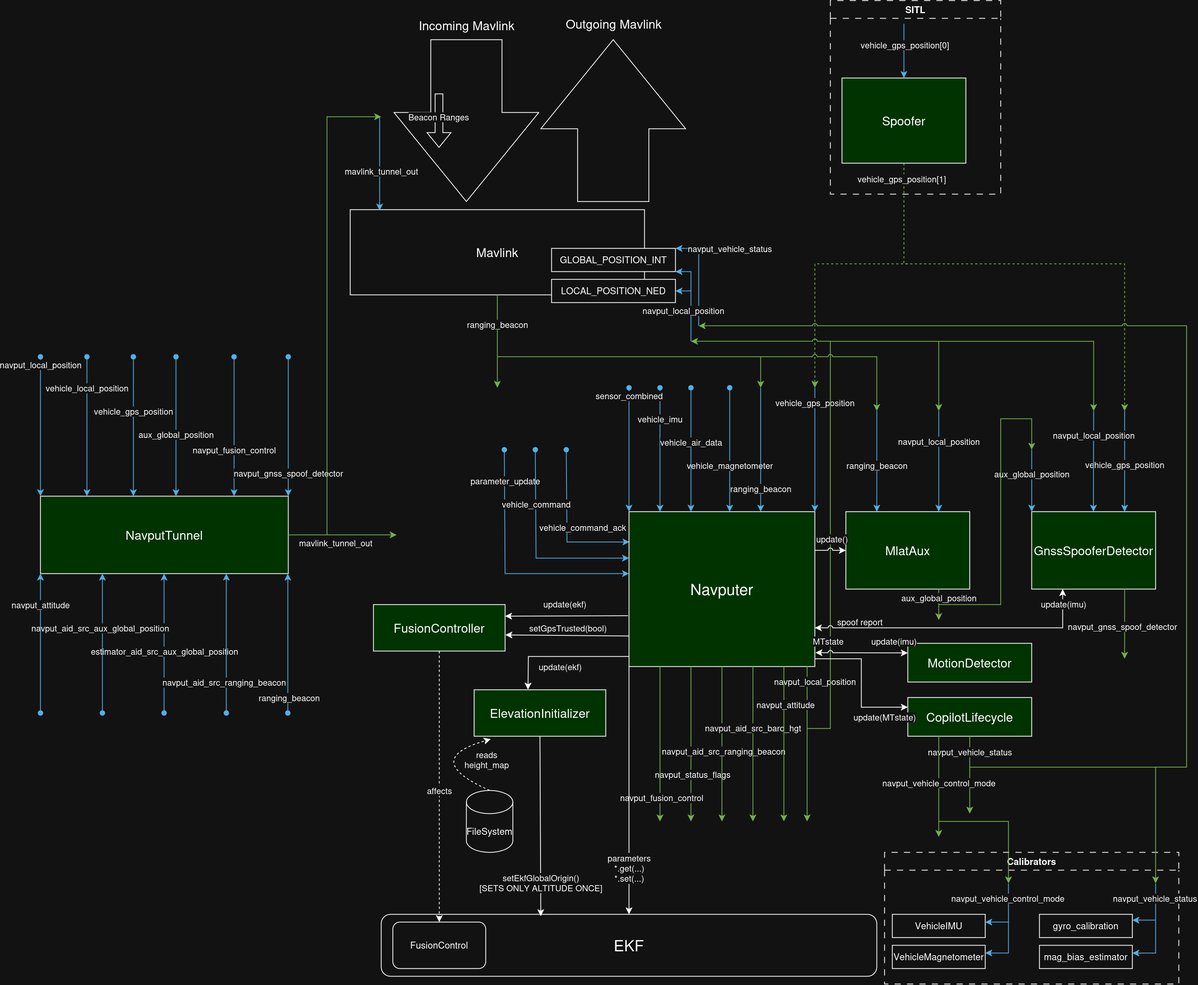
Earlier version of the draw.io export docs/navputer/navputer.drawio.png (Kofemolka/px4). Source tidied: cells renumbered, new cells last; positions are measured from the earlier drawing's top-left corner, leaving out a move shared by most shapes.
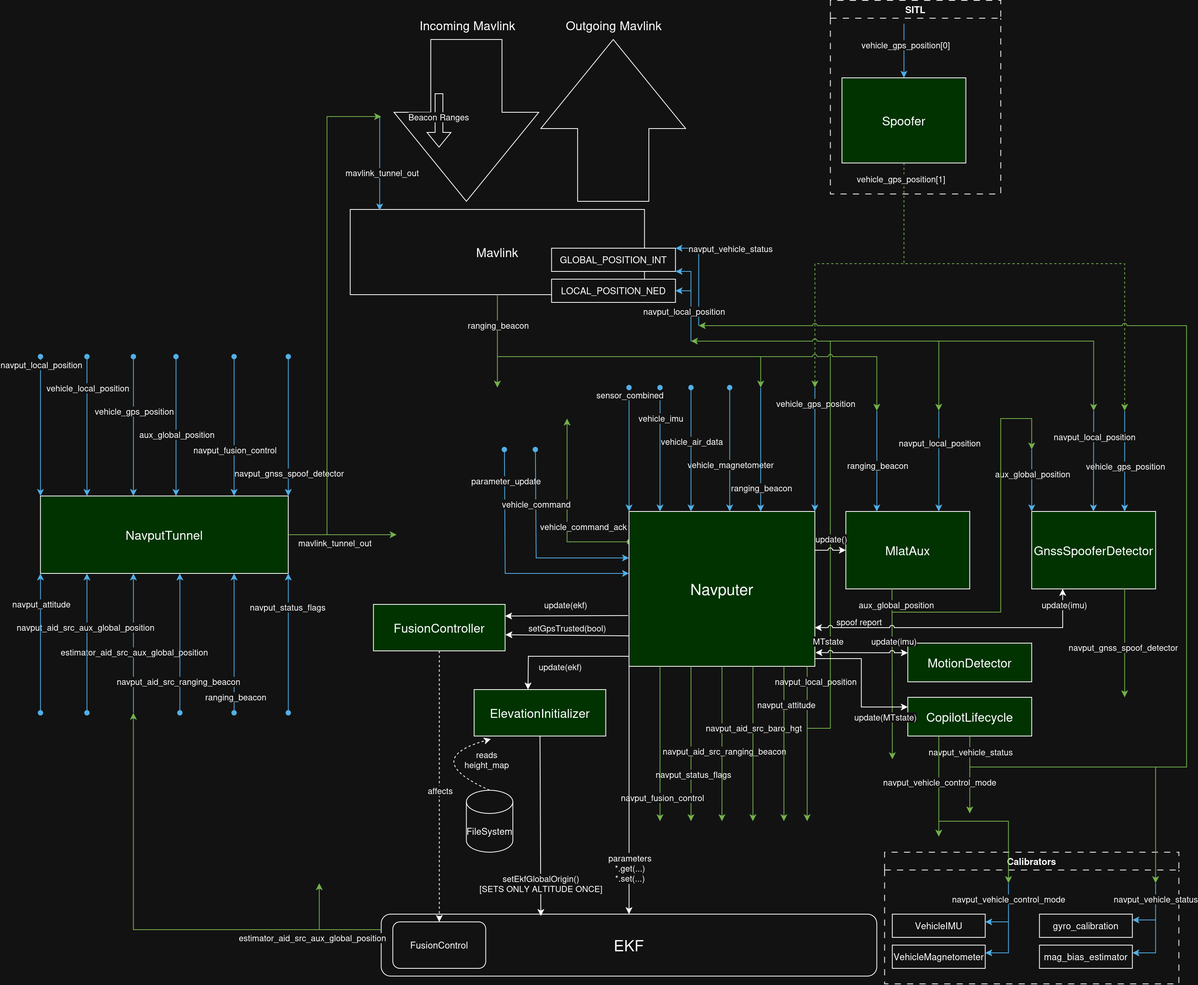
Later version of the same file.

Commit message:
[docs/data-flow-diagram]

- Fixing uORB topics

Change to the diagram source:
```diff
@@ -53,9 +53,9 @@
     <mxCell id="11" value="Calibrators" style="swimlane;whiteSpace=wrap;html=1;dashed=1;dashPattern=8 8;" parent="1" vertex="1">
       <mxGeometry x="1090" y="1100" width="380" height="170" as="geometry" />
     </mxCell>
-    <mxCell id="12" style="endArrow=classic;html=1;rounded=0;entryX=0.002;entryY=0.196;entryDx=0;entryDy=0;fillColor=#1ba1e2;strokeColor=#006EAF;entryPerimeter=0;startArrow=oval;startFill=1;" parent="1" edge="1" target="21">
+    <mxCell id="12" style="endArrow=oval;html=1;rounded=0;entryX=0.002;entryY=0.196;entryDx=0;entryDy=0;fillColor=#60a917;strokeColor=#2D7600;entryPerimeter=0;startArrow=classic;startFill=1;endFill=1;" parent="1" edge="1" target="21">
       <mxGeometry relative="1" as="geometry">
-        <mxPoint x="679" y="580" as="sourcePoint" />
+        <mxPoint x="680" y="540" as="sourcePoint" />
         <Array as="points">
           <mxPoint x="680" y="699.2" />
         </Array>
@@ -63,7 +63,7 @@
     </mxCell>
     <mxCell id="13" value="vehicle_command_ack" style="edgeLabel;html=1;align=center;verticalAlign=middle;" parent="12" vertex="1">
       <mxGeometry x="-0.08" relative="1" as="geometry">
-        <mxPoint x="20" y="8" as="offset" />
+        <mxPoint x="20" y="29" as="offset" />
       </mxGeometry>
     </mxCell>
     <mxCell id="14" value="&lt;font style=&quot;font-size: 16px;&quot;&gt;GnssSpooferDetector&lt;/font&gt;" style="rounded=0;whiteSpace=wrap;html=1;fillColor=light-dark(#FFFFFF,#003300);" parent="1" vertex="1">
@@ -336,23 +336,24 @@
     </mxCell>
     <mxCell id="66" style="endArrow=classic;html=1;rounded=0;fillColor=#60a917;strokeColor=#2D7600;" parent="1" edge="1">
       <mxGeometry relative="1" as="geometry">
-        <mxPoint x="1160" y="780" as="sourcePoint" />
+        <mxPoint x="1100" y="790" as="sourcePoint" />
         <mxPoint x="1280" y="580" as="targetPoint" />
         <Array as="points">
-          <mxPoint x="1240" y="780" />
+          <mxPoint x="1240" y="790" />
           <mxPoint x="1240" y="540" />
           <mxPoint x="1280" y="540" />
         </Array>
       </mxGeometry>
     </mxCell>
-    <mxCell id="67" style="endArrow=classic;html=1;rounded=0;fillColor=#60a917;strokeColor=#2D7600;exitX=0.75;exitY=1;exitDx=0;exitDy=0;" parent="1" edge="1" source="60">
+    <mxCell id="67" style="endArrow=classic;html=1;rounded=0;fillColor=#60a917;strokeColor=#2D7600;exitX=0.75;exitY=1;exitDx=0;exitDy=0;" parent="1" edge="1">
       <mxGeometry relative="1" as="geometry">
-        <mxPoint x="1160" y="800" as="targetPoint" />
+        <mxPoint x="1099.5" y="760" as="sourcePoint" />
+        <mxPoint x="1100" y="980" as="targetPoint" />
       </mxGeometry>
     </mxCell>
     <mxCell id="68" value="aux_global_position" style="edgeLabel;html=1;align=center;verticalAlign=middle;" parent="67" vertex="1">
       <mxGeometry x="-0.04" y="-1" relative="1" as="geometry">
-        <mxPoint x="1" y="-8" as="offset" />
+        <mxPoint x="6" y="-85" as="offset" />
       </mxGeometry>
     </mxCell>
     <mxCell id="69" value="&lt;font style=&quot;font-size: 16px;&quot;&gt;Mavlink&lt;/font&gt;" style="rounded=0;whiteSpace=wrap;html=1;" parent="1" vertex="1">
@@ -708,8 +709,8 @@
     </mxCell>
     <mxCell id="136" style="endArrow=oval;html=1;rounded=0;fillColor=#1ba1e2;strokeColor=#006EAF;startArrow=classic;startFill=1;endFill=1;" parent="1" edge="1">
       <mxGeometry relative="1" as="geometry">
-        <mxPoint x="319.4" y="740" as="sourcePoint" />
-        <mxPoint x="319.4" y="920" as="targetPoint" />
+        <mxPoint x="250" y="740" as="sourcePoint" />
+        <mxPoint x="250" y="920" as="targetPoint" />
       </mxGeometry>
     </mxCell>
     <mxCell id="137" value="ranging_beacon" style="edgeLabel;html=1;align=center;verticalAlign=middle;" parent="136" vertex="1">
@@ -717,10 +718,10 @@
         <mxPoint x="4" y="78" as="offset" />
       </mxGeometry>
     </mxCell>
-    <mxCell id="138" style="endArrow=oval;html=1;rounded=0;fillColor=#1ba1e2;strokeColor=#006EAF;startArrow=classic;startFill=1;endFill=1;" parent="1" edge="1">
+    <mxCell id="138" style="endArrow=none;html=1;rounded=0;fillColor=#1ba1e2;strokeColor=#006EAF;startArrow=classic;startFill=1;endFill=0;" parent="1" edge="1">
       <mxGeometry relative="1" as="geometry">
-        <mxPoint x="159.6" y="740" as="sourcePoint" />
-        <mxPoint x="159.6" y="920" as="targetPoint" />
+        <mxPoint x="120" y="740" as="sourcePoint" />
+        <mxPoint x="120" y="920" as="targetPoint" />
       </mxGeometry>
     </mxCell>
     <mxCell id="139" value="estimator_aid_src_aux_global_position" style="edgeLabel;html=1;align=center;verticalAlign=middle;" parent="138" vertex="1">
@@ -730,8 +731,8 @@
     </mxCell>
     <mxCell id="140" style="endArrow=oval;html=1;rounded=0;fillColor=#1ba1e2;strokeColor=#006EAF;startArrow=classic;startFill=1;endFill=1;" parent="1" edge="1">
       <mxGeometry relative="1" as="geometry">
-        <mxPoint x="80" y="740" as="sourcePoint" />
-        <mxPoint x="80" y="920" as="targetPoint" />
+        <mxPoint x="60" y="740" as="sourcePoint" />
+        <mxPoint x="60" y="920" as="targetPoint" />
       </mxGeometry>
     </mxCell>
     <mxCell id="141" value="navput_aid_src_aux_global_position" style="edgeLabel;html=1;align=center;verticalAlign=middle;" parent="140" vertex="1">
@@ -741,8 +742,8 @@
     </mxCell>
     <mxCell id="142" style="endArrow=oval;html=1;rounded=0;fillColor=#1ba1e2;strokeColor=#006EAF;startArrow=classic;startFill=1;endFill=1;" parent="1" edge="1">
       <mxGeometry relative="1" as="geometry">
-        <mxPoint x="240" y="740" as="sourcePoint" />
-        <mxPoint x="240" y="920" as="targetPoint" />
+        <mxPoint x="180" y="740" as="sourcePoint" />
+        <mxPoint x="180" y="920" as="targetPoint" />
       </mxGeometry>
     </mxCell>
     <mxCell id="143" value="navput_aid_src_ranging_beacon" style="edgeLabel;html=1;align=center;verticalAlign=middle;" parent="142" vertex="1">
@@ -801,11 +802,42 @@
     </mxCell>
     <mxCell id="153" style="endArrow=classic;html=1;rounded=0;fillColor=#60a917;strokeColor=#2D7600;exitX=0.75;exitY=1;exitDx=0;exitDy=0;" parent="1" edge="1" source="14">
       <mxGeometry relative="1" as="geometry">
-        <mxPoint x="1400" y="850" as="targetPoint" />
+        <mxPoint x="1400" y="900" as="targetPoint" />
       </mxGeometry>
     </mxCell>
     <mxCell id="154" value="navput_gnss_spoof_detector" style="edgeLabel;html=1;align=center;verticalAlign=middle;" parent="153" vertex="1">
       <mxGeometry x="0.08" y="-3" relative="1" as="geometry" />
     </mxCell>
+    <mxCell id="155" style="endArrow=oval;html=1;rounded=0;fillColor=#1ba1e2;strokeColor=#006EAF;startArrow=classic;startFill=1;endFill=1;" parent="1" edge="1">
+      <mxGeometry relative="1" as="geometry">
+        <mxPoint x="320" y="740" as="sourcePoint" />
+        <mxPoint x="320" y="920" as="targetPoint" />
+      </mxGeometry>
+    </mxCell>
+    <mxCell id="156" value="navput_status_flags" style="edgeLabel;html=1;align=center;verticalAlign=middle;" parent="155" vertex="1">
+      <mxGeometry x="-0.53" y="-2" relative="1" as="geometry" />
+    </mxCell>
+    <mxCell id="157" style="endArrow=classic;html=1;rounded=0;fillColor=#60a917;strokeColor=#2D7600;" parent="1" edge="1">
+      <mxGeometry relative="1" as="geometry">
+        <mxPoint x="360" y="1200" as="sourcePoint" />
+        <mxPoint x="120" y="920" as="targetPoint" />
+        <Array as="points">
+          <mxPoint x="120" y="1200" />
+        </Array>
+      </mxGeometry>
+    </mxCell>
+    <mxCell id="158" style="endArrow=classic;html=1;rounded=0;exitX=0;exitY=0.25;exitDx=0;exitDy=0;fillColor=#60a917;strokeColor=#2D7600;" parent="1" edge="1" source="52">
+      <mxGeometry relative="1" as="geometry">
+        <mxPoint x="360" y="1140" as="targetPoint" />
+        <Array as="points">
+          <mxPoint x="360" y="1200" />
+        </Array>
+      </mxGeometry>
+    </mxCell>
+    <mxCell id="159" value="estimator_aid_src_aux_global_position" style="edgeLabel;html=1;align=center;verticalAlign=middle;" parent="158" vertex="1">
+      <mxGeometry x="0.6" y="1" relative="1" as="geometry">
+        <mxPoint x="-9" y="42" as="offset" />
+      </mxGeometry>
+    </mxCell>
   </root>
 </mxGraphModel>
```
